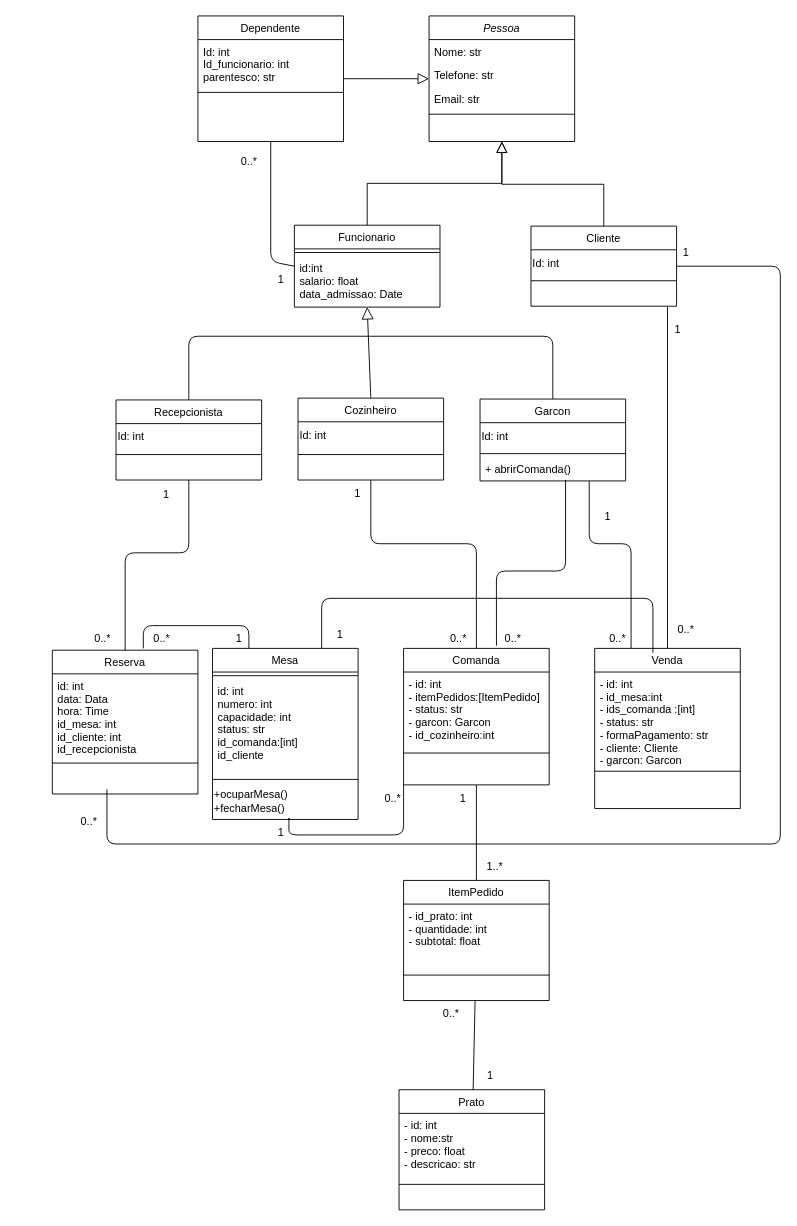
Before: Diagrama_de_Classes.drawio in F-moreno/Gerenciador_Restaurante, a draw.io diagram. Source tidied: cells renumbered, new cells numbered last; positions are measured from the earlier drawing's top-left corner, leaving out a move shared by most shapes. Both pictures are drawn from the tidied source at 91%, with x=0, y=0 at pixel (15, 15).
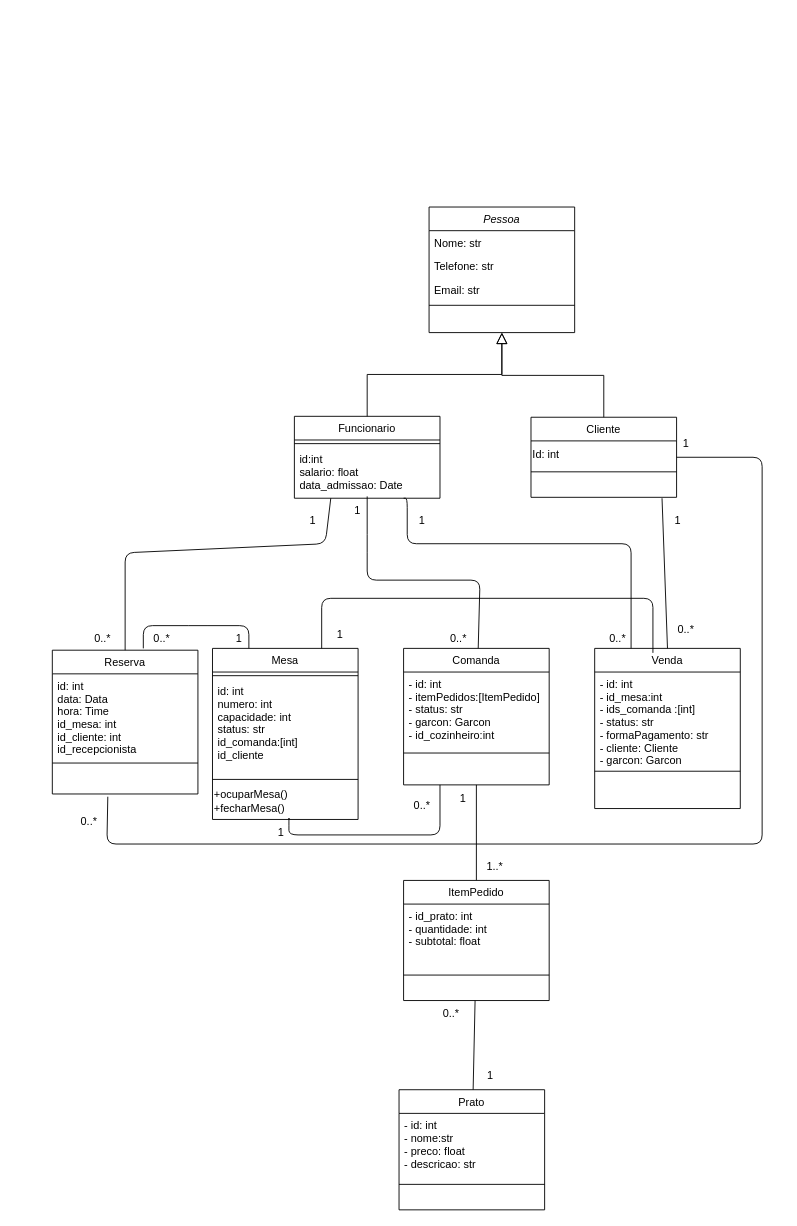
The same page after the edit.

Unchanged cells that the change refers to:
```xml
<mxCell id="14" value="id:int&#10;salario: float&#10;data_admissao: Date" style="text;align=left;verticalAlign=top;spacingLeft=4;spacingRight=4;overflow=hidden;points=[[0,0.5],[1,0.5]];portConstraint=eastwest;" parent="12" vertex="1">
  <mxGeometry y="34" width="160" height="54" as="geometry" />
</mxCell>
<mxCell id="33" value="Mesa" style="swimlane;fontStyle=0;align=center;verticalAlign=top;horizontal=1;startSize=26;rounded=0;shadow=0;strokeWidth=1;" parent="1" vertex="1">
  <mxGeometry x="216" y="695" width="160" height="188" as="geometry" />
</mxCell>
<mxCell id="38" value="Comanda" style="swimlane;fontStyle=0;align=center;verticalAlign=top;horizontal=1;startSize=26;rounded=0;shadow=0;strokeWidth=1;" parent="1" vertex="1">
  <mxGeometry x="426" y="695" width="160" height="150" as="geometry" />
</mxCell>
<mxCell id="50" value="Venda" style="swimlane;fontStyle=0;align=center;verticalAlign=top;horizontal=1;startSize=26;rounded=0;shadow=0;strokeWidth=1;" parent="1" vertex="1">
  <mxGeometry x="636" y="695" width="160" height="176" as="geometry" />
</mxCell>
<mxCell id="79" value="Reserva" style="swimlane;fontStyle=0;align=center;verticalAlign=top;horizontal=1;startSize=26;rounded=0;shadow=0;strokeWidth=1;" parent="1" vertex="1">
  <mxGeometry x="40" y="697" width="160" height="158" as="geometry" />
</mxCell>
<mxCell id="82" value="&lt;div style=&quot;&quot;&gt;&lt;br&gt;&lt;/div&gt;" style="text;html=1;align=left;verticalAlign=middle;points=[];strokeColor=none;fillColor=none;" parent="79" vertex="1">
  <mxGeometry y="128" width="160" height="30" as="geometry" />
</mxCell>
```

Change to the diagram source:
```diff
@@
     <mxCell id="2" value="Pessoa" style="swimlane;fontStyle=2;align=center;verticalAlign=top;horizontal=1;startSize=26;rounded=0;shadow=0;strokeWidth=1;" parent="1" vertex="1">
-      <mxGeometry x="454" width="160" height="138" as="geometry" />
+      <mxGeometry x="454" y="210" width="160" height="138" as="geometry" />
     </mxCell>
@@
-    <mxCell id="7" value="Dependente" style="swimlane;fontStyle=0;align=center;verticalAlign=top;horizontal=1;startSize=26;rounded=0;shadow=0;strokeWidth=1;" parent="1" vertex="1">
-      <mxGeometry x="200" width="160" height="138" as="geometry" />
-    </mxCell>
-    <mxCell id="8" value="Id: int&#10;Id_funcionario: int&#10;parentesco: str" style="text;align=left;verticalAlign=top;spacingLeft=4;spacingRight=4;overflow=hidden;" parent="7" vertex="1">
-      <mxGeometry y="26" width="160" height="54" as="geometry" />
-    </mxCell>
-    <mxCell id="9" style="line;html=1;strokeWidth=1;align=left;verticalAlign=middle;spacingTop=-1;spacingLeft=3;spacingRight=3;labelPosition=right;" parent="7" vertex="1">
-      <mxGeometry y="80" width="160" height="8" as="geometry" />
-    </mxCell>
-    <mxCell id="10" style="endArrow=block;endSize=10;endFill=0;shadow=0;strokeWidth=1;rounded=0;edgeStyle=elbowEdgeStyle;elbow=vertical;" parent="1" edge="1" source="7" target="2">
-      <mxGeometry relative="1" as="geometry" />
-    </mxCell>
-    <mxCell id="11" style="edgeStyle=none;html=1;entryX=0.5;entryY=1;entryDx=0;entryDy=0;endArrow=none;endFill=0;exitX=0;exitY=0.5;exitDx=0;exitDy=0;" parent="1" edge="1" source="12" target="7">
-      <mxGeometry relative="1" as="geometry">
-        <Array as="points">
-          <mxPoint x="280" y="270" />
-        </Array>
-      </mxGeometry>
-    </mxCell>
     <mxCell id="12" value="Funcionario" style="swimlane;fontStyle=0;align=center;verticalAlign=top;horizontal=1;startSize=26;rounded=0;shadow=0;strokeWidth=1;" parent="1" vertex="1">
-      <mxGeometry x="306" y="230" width="160" height="90" as="geometry" />
+      <mxGeometry x="306" y="440" width="160" height="90" as="geometry" />
     </mxCell>
@@
     <mxCell id="16" value="Cliente" style="swimlane;fontStyle=0;align=center;verticalAlign=top;horizontal=1;startSize=26;rounded=0;shadow=0;strokeWidth=1;" parent="1" vertex="1">
-      <mxGeometry x="566" y="231" width="160" height="88" as="geometry" />
+      <mxGeometry x="566" y="441" width="160" height="88" as="geometry" />
     </mxCell>
@@
-    <mxCell id="20" value="Recepcionista" style="swimlane;fontStyle=0;align=center;verticalAlign=top;horizontal=1;startSize=26;rounded=0;shadow=0;strokeWidth=1;" parent="1" vertex="1">
-      <mxGeometry x="110" y="422" width="160" height="88" as="geometry" />
-    </mxCell>
-    <mxCell id="21" value="&lt;span style=&quot;&quot;&gt;Id: int&lt;/span&gt;" style="text;html=1;align=left;verticalAlign=middle;strokeColor=none;fillColor=none;" parent="20" vertex="1">
-      <mxGeometry y="26" width="160" height="30" as="geometry" />
-    </mxCell>
-    <mxCell id="22" style="line;html=1;strokeWidth=1;align=left;verticalAlign=middle;spacingTop=-1;spacingLeft=3;spacingRight=3;labelPosition=right;" parent="20" vertex="1">
-      <mxGeometry y="56" width="160" height="8" as="geometry" />
-    </mxCell>
-    <mxCell id="23" style="edgeStyle=none;html=1;exitX=0.5;exitY=0;exitDx=0;exitDy=0;endArrow=block;endFill=0;startArrow=none;startFill=0;rounded=0;endSize=11;entryX=0.5;entryY=1;entryDx=0;entryDy=0;" parent="1" edge="1" source="24" target="12">
-      <mxGeometry relative="1" as="geometry" />
-    </mxCell>
-    <mxCell id="24" value="Cozinheiro" style="swimlane;fontStyle=0;align=center;verticalAlign=top;horizontal=1;startSize=26;rounded=0;shadow=0;strokeWidth=1;" parent="1" vertex="1">
-      <mxGeometry x="310" y="420" width="160" height="90" as="geometry" />
-    </mxCell>
-    <mxCell id="25" value="&lt;span style=&quot;&quot;&gt;Id: int&lt;/span&gt;" style="text;html=1;align=left;verticalAlign=middle;strokeColor=none;fillColor=none;" parent="24" vertex="1">
-      <mxGeometry y="26" width="160" height="30" as="geometry" />
-    </mxCell>
-    <mxCell id="26" style="line;html=1;strokeWidth=1;align=left;verticalAlign=middle;spacingTop=-1;spacingLeft=3;spacingRight=3;labelPosition=right;" parent="24" vertex="1">
-      <mxGeometry y="56" width="160" height="12" as="geometry" />
-    </mxCell>
-    <mxCell id="27" value="Garcon" style="swimlane;fontStyle=0;align=center;verticalAlign=top;horizontal=1;startSize=26;rounded=0;shadow=0;strokeWidth=1;" parent="1" vertex="1">
-      <mxGeometry x="510" y="421" width="160" height="90" as="geometry" />
-    </mxCell>
-    <mxCell id="28" value="&lt;span style=&quot;&quot;&gt;Id: int&lt;/span&gt;" style="text;html=1;align=left;verticalAlign=middle;strokeColor=none;fillColor=none;" parent="27" vertex="1">
-      <mxGeometry y="26" width="160" height="30" as="geometry" />
-    </mxCell>
-    <mxCell id="29" style="line;html=1;strokeWidth=1;align=left;verticalAlign=middle;spacingTop=-1;spacingLeft=3;spacingRight=3;labelPosition=right;" parent="27" vertex="1">
-      <mxGeometry y="56" width="160" height="8" as="geometry" />
-    </mxCell>
-    <mxCell id="30" value="+ abrirComanda()" style="text;align=left;verticalAlign=top;spacingLeft=4;spacingRight=4;overflow=hidden;" parent="27" vertex="1">
-      <mxGeometry y="64" width="160" height="24" as="geometry" />
-    </mxCell>
-    <mxCell id="31" style="endArrow=none;html=1;exitX=0.5;exitY=0;exitDx=0;exitDy=0;" parent="1" edge="1" source="20">
-      <mxGeometry relative="1" as="geometry">
-        <mxPoint x="390" y="352" as="targetPoint" />
-        <Array as="points">
-          <mxPoint x="190" y="352" />
-        </Array>
-      </mxGeometry>
-    </mxCell>
-    <mxCell id="32" style="endArrow=none;html=1;exitX=0.5;exitY=0;exitDx=0;exitDy=0;" parent="1" edge="1" source="27">
-      <mxGeometry relative="1" as="geometry">
-        <mxPoint x="390" y="352" as="targetPoint" />
-        <Array as="points">
-          <mxPoint x="590" y="352" />
-        </Array>
-      </mxGeometry>
-    </mxCell>
@@
-    <mxCell id="45" style="endArrow=none;html=1;exitX=0.638;exitY=-0.02;exitDx=0;exitDy=0;exitPerimeter=0;" parent="1" edge="1" source="38">
-      <mxGeometry relative="1" as="geometry">
-        <mxPoint x="604" y="510" as="targetPoint" />
-        <Array as="points">
-          <mxPoint x="528" y="610" />
-          <mxPoint x="604" y="610" />
-        </Array>
-      </mxGeometry>
-    </mxCell>
@@
-    <mxCell id="49" style="endArrow=none;html=1;entryX=0;entryY=1;entryDx=0;entryDy=0;" parent="1" edge="1" source="33" target="38">
+    <mxCell id="49" style="endArrow=none;html=1;entryX=0.25;entryY=1;entryDx=0;entryDy=0;" parent="1" edge="1" source="33" target="38">
       <mxGeometry relative="1" as="geometry">
         <Array as="points">
           <mxPoint x="300" y="880" />
           <mxPoint x="300" y="900" />
-          <mxPoint x="426" y="900" />
+          <mxPoint x="466" y="900" />
         </Array>
       </mxGeometry>
     </mxCell>
@@
     <mxCell id="54" style="endArrow=none;html=1;exitX=0.5;exitY=0;exitDx=0;exitDy=0;" parent="1" edge="1" source="50">
       <mxGeometry relative="1" as="geometry">
-        <mxPoint x="716" y="320" as="targetPoint" />
+        <mxPoint x="710" y="530" as="targetPoint" />
       </mxGeometry>
     </mxCell>
-    <mxCell id="55" style="endArrow=none;html=1;entryX=0.75;entryY=1;entryDx=0;entryDy=0;exitX=0.25;exitY=0;exitDx=0;exitDy=0;" parent="1" edge="1" source="50" target="27">
+    <mxCell id="55" style="endArrow=none;html=1;exitX=0.25;exitY=0;exitDx=0;exitDy=0;entryX=0.75;entryY=1;entryDx=0;entryDy=0;" parent="1" edge="1" source="50" target="12">
       <mxGeometry relative="1" as="geometry">
         <Array as="points">
           <mxPoint x="676" y="580" />
-          <mxPoint x="630" y="580" />
+          <mxPoint x="430" y="580" />
+          <mxPoint x="430" y="530" />
         </Array>
       </mxGeometry>
     </mxCell>
@@
     <mxCell id="58" value="1" style="text;html=1;align=center;verticalAlign=middle;strokeColor=none;fillColor=none;" parent="1" vertex="1">
-      <mxGeometry x="712" y="330" width="30" height="30" as="geometry" />
+      <mxGeometry x="712" y="540" width="30" height="30" as="geometry" />
     </mxCell>
@@
     <mxCell id="60" value="0..*" style="text;html=1;align=center;verticalAlign=middle;strokeColor=none;fillColor=none;" parent="1" vertex="1">
-      <mxGeometry x="394" y="845" width="40" height="30" as="geometry" />
+      <mxGeometry x="426" y="853" width="40" height="30" as="geometry" />
     </mxCell>
@@
     <mxCell id="63" value="1" style="text;html=1;align=center;verticalAlign=middle;strokeColor=none;fillColor=none;" parent="1" vertex="1">
-      <mxGeometry x="360" y="510" width="30" height="30" as="geometry" />
+      <mxGeometry x="360" y="529" width="30" height="30" as="geometry" />
     </mxCell>
@@
-    <mxCell id="69" value="0..*" style="text;html=1;align=center;verticalAlign=middle;strokeColor=none;fillColor=none;" parent="1" vertex="1">
-      <mxGeometry x="236" y="145" width="40" height="30" as="geometry" />
-    </mxCell>
-    <mxCell id="70" value="1" style="text;html=1;align=center;verticalAlign=middle;strokeColor=none;fillColor=none;" parent="1" vertex="1">
-      <mxGeometry x="276" y="275" width="30" height="30" as="geometry" />
-    </mxCell>
-    <mxCell id="71" style="endArrow=none;html=1;" parent="1" edge="1" target="16">
+    <mxCell id="71" style="endArrow=none;html=1;exitX=0.381;exitY=1.1;exitDx=0;exitDy=0;exitPerimeter=0;" parent="1" edge="1" source="82" target="16">
       <mxGeometry relative="1" as="geometry">
-        <mxPoint x="100" y="850" as="sourcePoint" />
         <Array as="points">
           <mxPoint x="100" y="910" />
-          <mxPoint x="840" y="910" />
-          <mxPoint x="840" y="275" />
+          <mxPoint x="820" y="910" />
+          <mxPoint x="820" y="485" />
         </Array>
       </mxGeometry>
     </mxCell>
     <mxCell id="72" value="1" style="text;html=1;align=center;verticalAlign=middle;strokeColor=none;fillColor=none;" parent="1" vertex="1">
-      <mxGeometry x="721" y="245" width="30" height="30" as="geometry" />
+      <mxGeometry x="721" y="455" width="30" height="30" as="geometry" />
     </mxCell>
     <mxCell id="73" value="1" style="text;html=1;align=center;verticalAlign=middle;strokeColor=none;fillColor=none;" parent="1" vertex="1">
-      <mxGeometry x="635" y="535" width="30" height="30" as="geometry" />
+      <mxGeometry x="431" y="540" width="30" height="30" as="geometry" />
     </mxCell>
@@
-    <mxCell id="75" value="0..*" style="text;html=1;align=center;verticalAlign=middle;strokeColor=none;fillColor=none;" parent="1" vertex="1">
-      <mxGeometry x="526" y="670" width="40" height="30" as="geometry" />
-    </mxCell>
@@
-    <mxCell id="77" style="endArrow=none;html=1;" parent="1" edge="1" source="38" target="24">
+    <mxCell id="77" style="endArrow=none;html=1;" parent="1" edge="1" source="38" target="14">
       <mxGeometry relative="1" as="geometry">
         <Array as="points">
-          <mxPoint x="506" y="580" />
-          <mxPoint x="390" y="580" />
+          <mxPoint x="510" y="620" />
+          <mxPoint x="386" y="620" />
+          <mxPoint x="386" y="580" />
         </Array>
       </mxGeometry>
     </mxCell>
@@
-    <mxCell id="83" style="endArrow=none;html=1;exitX=0.5;exitY=0;exitDx=0;exitDy=0;" parent="1" edge="1" source="79" target="20">
+    <mxCell id="83" style="endArrow=none;html=1;exitX=0.5;exitY=0;exitDx=0;exitDy=0;entryX=0.25;entryY=1;entryDx=0;entryDy=0;" parent="1" edge="1" source="79" target="12">
       <mxGeometry relative="1" as="geometry">
         <Array as="points">
           <mxPoint x="120" y="590" />
-          <mxPoint x="190" y="590" />
+          <mxPoint x="340" y="580" />
         </Array>
       </mxGeometry>
     </mxCell>
     <mxCell id="84" value="1" style="text;html=1;align=center;verticalAlign=middle;strokeColor=none;fillColor=none;" parent="1" vertex="1">
-      <mxGeometry x="150" y="511" width="30" height="30" as="geometry" />
+      <mxGeometry x="311" y="540" width="30" height="30" as="geometry" />
     </mxCell>
```
